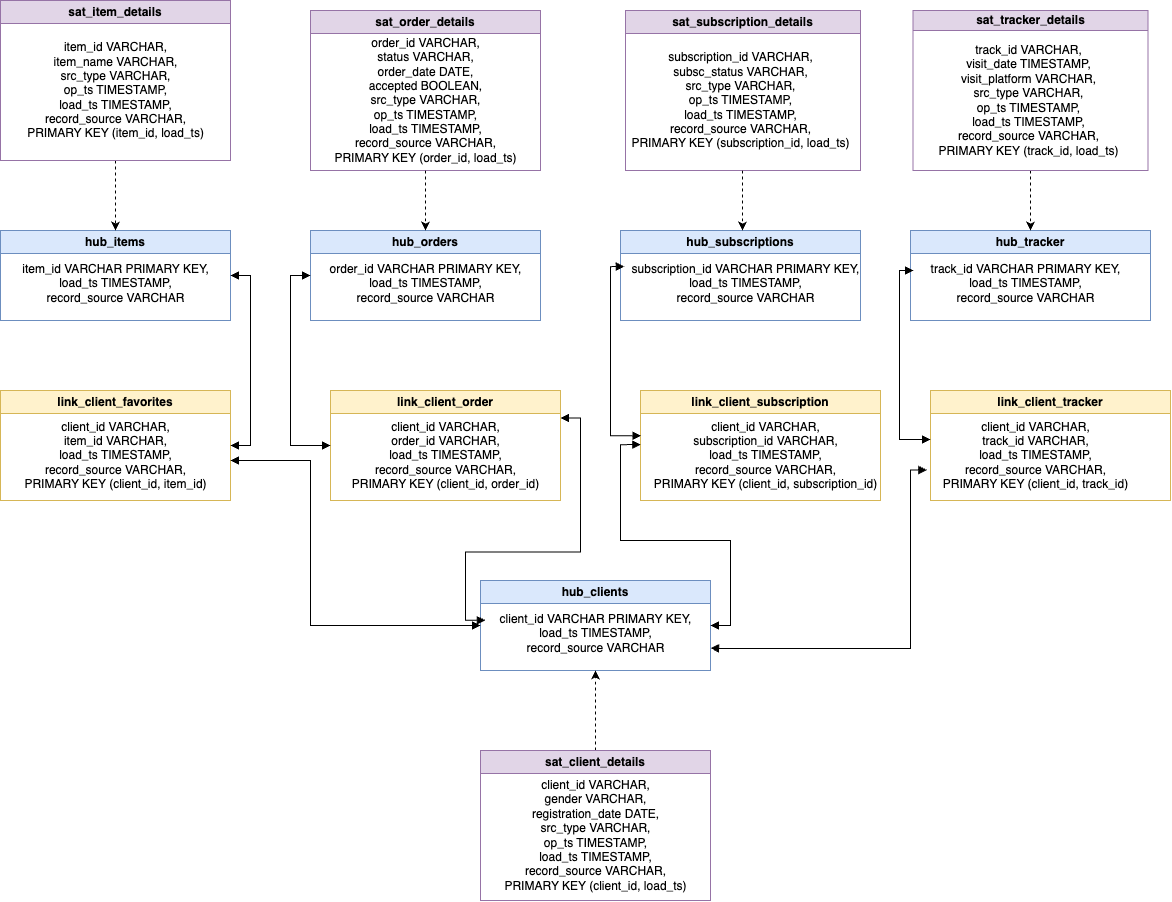
Before: dsl/data_vault.drawio.png, a diagram exported from draw.io (DariaMinina/architecture_asobd). Source tidied: cells renumbered, new cells last; positions are measured from the earlier drawing's top-left corner, leaving out a move shared by most shapes.
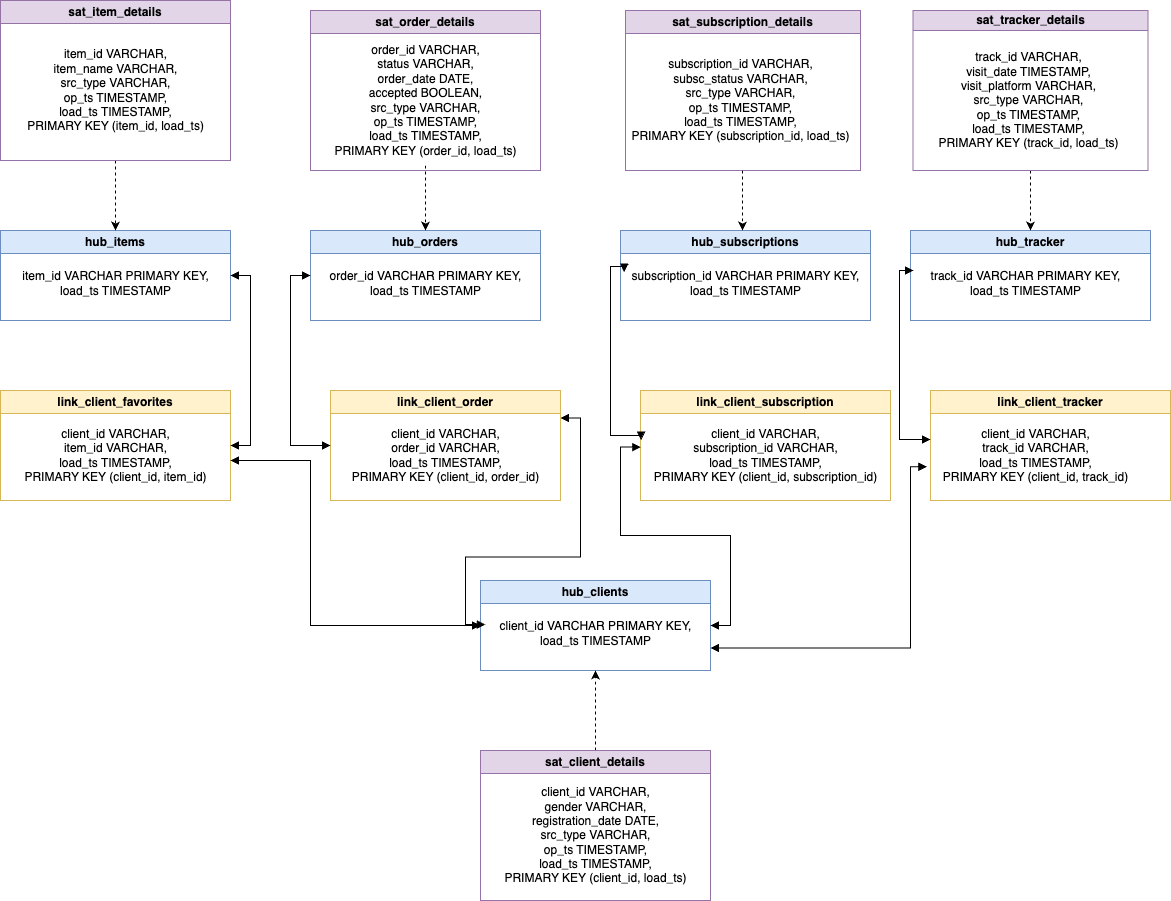
Later version of the same file.

Commit message:
feat(data_vault): deleted record_source

What changed in the source:
```diff
@@ -5,32 +5,32 @@
     <mxCell id="2" value="hub_clients" style="swimlane;whiteSpace=wrap;html=1;fillColor=#dae8fc;strokeColor=#6c8ebf;" parent="1" vertex="1">
       <mxGeometry x="480" y="580" width="230" height="90" as="geometry" />
     </mxCell>
-    <mxCell id="3" value="&lt;div&gt;client_id VARCHAR PRIMARY KEY,&lt;/div&gt;&lt;div&gt;load_ts TIMESTAMP,&lt;/div&gt;&lt;div&gt;record_source VARCHAR&lt;/div&gt;" style="text;html=1;align=center;verticalAlign=middle;points=[];strokeColor=none;fillColor=none;" parent="2" vertex="1">
-      <mxGeometry x="5" y="23" width="220" height="60" as="geometry" />
+    <mxCell id="3" value="&lt;div&gt;client_id VARCHAR PRIMARY KEY,&lt;/div&gt;&lt;div&gt;load_ts TIMESTAMP&lt;/div&gt;" style="text;html=1;align=center;verticalAlign=middle;points=[];strokeColor=none;fillColor=none;" parent="2" vertex="1">
+      <mxGeometry x="5" y="33" width="220" height="40" as="geometry" />
     </mxCell>
     <mxCell id="4" value="hub_items" style="swimlane;whiteSpace=wrap;html=1;fillColor=#dae8fc;strokeColor=#6c8ebf;" parent="1" vertex="1">
       <mxGeometry y="230" width="230" height="90" as="geometry" />
     </mxCell>
-    <mxCell id="5" value="&lt;div&gt;item_id VARCHAR PRIMARY KEY,&lt;/div&gt;&lt;div&gt;load_ts TIMESTAMP,&lt;/div&gt;&lt;div&gt;record_source VARCHAR&lt;/div&gt;" style="text;html=1;align=center;verticalAlign=middle;strokeColor=none;fillColor=none;" parent="4" vertex="1">
-      <mxGeometry x="10" y="23" width="210" height="60" as="geometry" />
+    <mxCell id="5" value="&lt;div&gt;item_id VARCHAR PRIMARY KEY,&lt;/div&gt;&lt;div&gt;load_ts TIMESTAMP&lt;/div&gt;" style="text;html=1;align=center;verticalAlign=middle;strokeColor=none;fillColor=none;" parent="4" vertex="1">
+      <mxGeometry x="10" y="33" width="210" height="40" as="geometry" />
     </mxCell>
     <mxCell id="6" value="hub_orders" style="swimlane;whiteSpace=wrap;html=1;fillColor=#dae8fc;strokeColor=#6c8ebf;" parent="1" vertex="1">
       <mxGeometry x="310" y="230" width="230" height="90" as="geometry" />
     </mxCell>
-    <mxCell id="7" value="&lt;div&gt;order_id VARCHAR PRIMARY KEY,&lt;/div&gt;&lt;div&gt;load_ts TIMESTAMP,&lt;/div&gt;&lt;div&gt;record_source VARCHAR&lt;/div&gt;" style="text;html=1;align=center;verticalAlign=middle;strokeColor=none;fillColor=none;" parent="6" vertex="1">
-      <mxGeometry x="5" y="23" width="220" height="60" as="geometry" />
+    <mxCell id="7" value="&lt;div&gt;order_id VARCHAR PRIMARY KEY,&lt;/div&gt;&lt;div&gt;load_ts TIMESTAMP&lt;/div&gt;" style="text;html=1;align=center;verticalAlign=middle;strokeColor=none;fillColor=none;" parent="6" vertex="1">
+      <mxGeometry x="5" y="33" width="220" height="40" as="geometry" />
     </mxCell>
     <mxCell id="8" value="hub_subscriptions" style="swimlane;whiteSpace=wrap;html=1;fillColor=#dae8fc;strokeColor=#6c8ebf;" parent="1" vertex="1">
-      <mxGeometry x="620" y="230" width="240" height="90" as="geometry" />
+      <mxGeometry x="620" y="230" width="250" height="90" as="geometry" />
     </mxCell>
-    <mxCell id="9" value="&lt;div&gt;subscription_id VARCHAR PRIMARY KEY,&lt;/div&gt;&lt;div&gt;load_ts TIMESTAMP,&lt;/div&gt;&lt;div&gt;record_source VARCHAR&lt;/div&gt;" style="text;html=1;align=center;verticalAlign=middle;points=[];strokeColor=none;fillColor=none;" parent="8" vertex="1">
-      <mxGeometry y="23" width="250" height="60" as="geometry" />
+    <mxCell id="9" value="&lt;div&gt;subscription_id VARCHAR PRIMARY KEY,&lt;/div&gt;&lt;div&gt;load_ts TIMESTAMP&lt;/div&gt;" style="text;html=1;align=center;verticalAlign=middle;points=[];strokeColor=none;fillColor=none;" parent="8" vertex="1">
+      <mxGeometry y="33" width="250" height="40" as="geometry" />
     </mxCell>
     <mxCell id="10" value="hub_tracker" style="swimlane;whiteSpace=wrap;html=1;fillColor=#dae8fc;strokeColor=#6c8ebf;" parent="1" vertex="1">
       <mxGeometry x="910" y="230" width="240" height="90" as="geometry" />
     </mxCell>
-    <mxCell id="11" value="&lt;div&gt;track_id VARCHAR PRIMARY KEY,&lt;/div&gt;&lt;div&gt;load_ts TIMESTAMP,&lt;/div&gt;&lt;div&gt;record_source VARCHAR&lt;/div&gt;" style="text;html=1;align=center;verticalAlign=middle;strokeColor=none;fillColor=none;" parent="10" vertex="1">
-      <mxGeometry x="10" y="23" width="210" height="60" as="geometry" />
+    <mxCell id="11" value="&lt;div&gt;track_id VARCHAR PRIMARY KEY,&lt;/div&gt;&lt;div&gt;load_ts TIMESTAMP&lt;/div&gt;" style="text;html=1;align=center;verticalAlign=middle;strokeColor=none;fillColor=none;" parent="10" vertex="1">
+      <mxGeometry x="10" y="33" width="210" height="40" as="geometry" />
     </mxCell>
     <mxCell id="12" style="edgeStyle=orthogonalEdgeStyle;rounded=0;jettySize=auto;html=1;entryX=-0.001;entryY=0.278;entryDx=0;entryDy=0;startArrow=block;startFill=1;entryPerimeter=0;exitX=1;exitY=0.25;exitDx=0;exitDy=0;endArrow=block;endFill=1;" parent="1" edge="1" source="13" target="3">
       <mxGeometry relative="1" as="geometry" />
@@ -38,17 +38,17 @@
     <mxCell id="13" value="link_client_order" style="swimlane;whiteSpace=wrap;html=1;fillColor=#fff2cc;strokeColor=#d6b656;" parent="1" vertex="1">
       <mxGeometry x="330" y="390" width="230" height="110" as="geometry" />
     </mxCell>
-    <mxCell id="14" value="&lt;div&gt;client_id VARCHAR,&lt;/div&gt;&lt;div&gt;order_id VARCHAR,&lt;/div&gt;&lt;div&gt;load_ts TIMESTAMP,&lt;/div&gt;&lt;div&gt;record_source VARCHAR,&lt;/div&gt;&lt;div&gt;PRIMARY KEY (client_id, order_id)&lt;/div&gt;" style="text;html=1;align=center;verticalAlign=middle;strokeColor=none;fillColor=none;" parent="13" vertex="1">
-      <mxGeometry x="10" y="20" width="210" height="90" as="geometry" />
+    <mxCell id="14" value="&lt;div&gt;client_id VARCHAR,&lt;/div&gt;&lt;div&gt;order_id VARCHAR,&lt;/div&gt;&lt;div&gt;load_ts TIMESTAMP,&lt;/div&gt;&lt;div&gt;&lt;span style=&quot;background-color: initial;&quot;&gt;PRIMARY KEY (client_id, order_id)&lt;/span&gt;&lt;/div&gt;" style="text;html=1;align=center;verticalAlign=middle;strokeColor=none;fillColor=none;" parent="13" vertex="1">
+      <mxGeometry x="10" y="30" width="210" height="70" as="geometry" />
     </mxCell>
     <mxCell id="15" style="edgeStyle=orthogonalEdgeStyle;rounded=0;jettySize=auto;html=1;entryX=0;entryY=0.5;entryDx=0;entryDy=0;startArrow=block;startFill=1;exitX=0;exitY=0.5;exitDx=0;exitDy=0;endArrow=block;endFill=1;" parent="1" edge="1" source="6" target="13">
       <mxGeometry relative="1" as="geometry" />
     </mxCell>
     <mxCell id="16" value="link_client_subscription" style="swimlane;whiteSpace=wrap;html=1;fillColor=#fff2cc;strokeColor=#d6b656;" parent="1" vertex="1">
-      <mxGeometry x="640" y="390" width="240" height="110" as="geometry" />
+      <mxGeometry x="640" y="390" width="250" height="110" as="geometry" />
     </mxCell>
-    <mxCell id="17" value="&lt;div&gt;client_id VARCHAR,&lt;/div&gt;&lt;div&gt;subscription_id VARCHAR,&lt;/div&gt;&lt;div&gt;load_ts TIMESTAMP,&lt;/div&gt;&lt;div&gt;record_source VARCHAR,&lt;/div&gt;&lt;div&gt;PRIMARY KEY (client_id, subscription_id)&lt;/div&gt;" style="text;html=1;align=center;verticalAlign=middle;points=[];strokeColor=none;fillColor=none;" parent="16" vertex="1">
-      <mxGeometry y="20" width="250" height="90" as="geometry" />
+    <mxCell id="17" value="&lt;div&gt;client_id VARCHAR,&lt;/div&gt;&lt;div&gt;subscription_id VARCHAR,&lt;/div&gt;&lt;div&gt;load_ts TIMESTAMP,&lt;/div&gt;&lt;div&gt;&lt;span style=&quot;background-color: initial;&quot;&gt;PRIMARY KEY (client_id, subscription_id)&lt;/span&gt;&lt;/div&gt;" style="text;html=1;align=center;verticalAlign=middle;points=[];strokeColor=none;fillColor=none;" parent="16" vertex="1">
+      <mxGeometry y="30" width="250" height="70" as="geometry" />
     </mxCell>
     <mxCell id="18" style="edgeStyle=orthogonalEdgeStyle;rounded=0;jettySize=auto;html=1;entryX=0.002;entryY=0.281;entryDx=0;entryDy=0;startArrow=block;startFill=1;entryPerimeter=0;endArrow=block;endFill=1;exitX=0.015;exitY=0.218;exitDx=0;exitDy=0;exitPerimeter=0;" parent="1" edge="1" source="9" target="17">
       <mxGeometry relative="1" as="geometry">
@@ -64,14 +64,14 @@
     <mxCell id="20" value="link_client_tracker" style="swimlane;whiteSpace=wrap;html=1;fillColor=#fff2cc;strokeColor=#d6b656;" parent="1" vertex="1">
       <mxGeometry x="930" y="390" width="240" height="110" as="geometry" />
     </mxCell>
-    <mxCell id="21" value="&lt;div&gt;client_id VARCHAR,&lt;/div&gt;&lt;div&gt;track_id VARCHAR,&lt;/div&gt;&lt;div&gt;load_ts TIMESTAMP,&lt;/div&gt;&lt;div&gt;record_source VARCHAR,&lt;/div&gt;&lt;div&gt;PRIMARY KEY (client_id, track_id)&lt;/div&gt;" style="text;html=1;align=center;verticalAlign=middle;points=[];strokeColor=none;fillColor=none;" parent="20" vertex="1">
-      <mxGeometry y="20" width="210" height="90" as="geometry" />
+    <mxCell id="21" value="&lt;div&gt;client_id VARCHAR,&lt;/div&gt;&lt;div&gt;track_id VARCHAR,&lt;/div&gt;&lt;div&gt;load_ts TIMESTAMP,&lt;/div&gt;&lt;div&gt;&lt;span style=&quot;background-color: initial;&quot;&gt;PRIMARY KEY (client_id, track_id)&lt;/span&gt;&lt;/div&gt;" style="text;html=1;align=center;verticalAlign=middle;points=[];strokeColor=none;fillColor=none;" parent="20" vertex="1">
+      <mxGeometry y="30" width="210" height="70" as="geometry" />
     </mxCell>
     <mxCell id="22" value="link_client_favorites" style="swimlane;whiteSpace=wrap;html=1;fillColor=#fff2cc;strokeColor=#d6b656;" parent="1" vertex="1">
       <mxGeometry y="390" width="230" height="110" as="geometry" />
     </mxCell>
-    <mxCell id="23" value="&lt;div&gt;client_id VARCHAR,&lt;/div&gt;&lt;div&gt;item_id VARCHAR,&lt;/div&gt;&lt;div&gt;load_ts TIMESTAMP,&lt;/div&gt;&lt;div&gt;record_source VARCHAR,&lt;/div&gt;&lt;div&gt;PRIMARY KEY (client_id, item_id)&lt;/div&gt;" style="text;html=1;align=center;verticalAlign=middle;strokeColor=none;fillColor=none;" parent="22" vertex="1">
-      <mxGeometry x="10" y="20" width="210" height="90" as="geometry" />
+    <mxCell id="23" value="&lt;div&gt;client_id VARCHAR,&lt;/div&gt;&lt;div&gt;item_id VARCHAR,&lt;/div&gt;&lt;div&gt;load_ts TIMESTAMP,&lt;/div&gt;&lt;div&gt;&lt;span style=&quot;background-color: initial;&quot;&gt;PRIMARY KEY (client_id, item_id)&lt;/span&gt;&lt;/div&gt;" style="text;html=1;align=center;verticalAlign=middle;strokeColor=none;fillColor=none;" parent="22" vertex="1">
+      <mxGeometry x="10" y="30" width="210" height="70" as="geometry" />
     </mxCell>
     <mxCell id="24" style="edgeStyle=orthogonalEdgeStyle;rounded=0;jettySize=auto;html=1;entryX=1;entryY=0.5;entryDx=0;entryDy=0;startArrow=block;startFill=1;exitX=1;exitY=0.5;exitDx=0;exitDy=0;endArrow=block;endFill=1;" parent="1" edge="1" source="4" target="22">
       <mxGeometry relative="1" as="geometry" />
@@ -110,14 +110,14 @@
     <mxCell id="29" value="sat_client_details" style="swimlane;whiteSpace=wrap;html=1;fillColor=#e1d5e7;strokeColor=#9673a6;" parent="1" vertex="1">
       <mxGeometry x="480" y="750" width="230" height="150" as="geometry" />
     </mxCell>
-    <mxCell id="30" value="&lt;div&gt;client_id VARCHAR,&lt;/div&gt;&lt;div&gt;gender VARCHAR,&lt;/div&gt;&lt;div&gt;registration_date DATE,&lt;/div&gt;&lt;div&gt;src_type VARCHAR,&lt;/div&gt;&lt;div&gt;op_ts TIMESTAMP,&lt;/div&gt;&lt;div&gt;load_ts TIMESTAMP,&lt;/div&gt;&lt;div&gt;record_source VARCHAR,&lt;/div&gt;&lt;div&gt;PRIMARY KEY (client_id, load_ts)&lt;/div&gt;" style="text;html=1;align=center;verticalAlign=middle;strokeColor=none;fillColor=none;" parent="29" vertex="1">
-      <mxGeometry x="10" y="20" width="210" height="130" as="geometry" />
+    <mxCell id="30" value="&lt;div&gt;client_id VARCHAR,&lt;/div&gt;&lt;div&gt;gender VARCHAR,&lt;/div&gt;&lt;div&gt;registration_date DATE,&lt;/div&gt;&lt;div&gt;src_type VARCHAR,&lt;/div&gt;&lt;div&gt;op_ts TIMESTAMP,&lt;/div&gt;&lt;div&gt;load_ts TIMESTAMP,&lt;/div&gt;&lt;div&gt;&lt;span style=&quot;background-color: initial;&quot;&gt;PRIMARY KEY (client_id, load_ts)&lt;/span&gt;&lt;/div&gt;" style="text;html=1;align=center;verticalAlign=middle;strokeColor=none;fillColor=none;" parent="29" vertex="1">
+      <mxGeometry x="10" y="30" width="210" height="110" as="geometry" />
     </mxCell>
     <mxCell id="31" value="sat_order_details" style="swimlane;whiteSpace=wrap;html=1;fillColor=#e1d5e7;strokeColor=#9673a6;" parent="1" vertex="1">
       <mxGeometry x="310" y="10" width="230" height="160" as="geometry" />
     </mxCell>
-    <mxCell id="32" value="&lt;div&gt;order_id VARCHAR,&lt;/div&gt;&lt;div&gt;status VARCHAR,&lt;/div&gt;&lt;div&gt;order_date DATE,&lt;/div&gt;&lt;div&gt;accepted BOOLEAN,&lt;/div&gt;&lt;div&gt;src_type VARCHAR,&lt;/div&gt;&lt;div&gt;op_ts TIMESTAMP,&lt;/div&gt;&lt;div&gt;load_ts TIMESTAMP,&lt;/div&gt;&lt;div&gt;record_source VARCHAR,&lt;/div&gt;&lt;div&gt;PRIMARY KEY (order_id, load_ts)&lt;/div&gt;" style="text;html=1;align=center;verticalAlign=middle;points=[];strokeColor=none;fillColor=none;" parent="31" vertex="1">
-      <mxGeometry x="10" y="20" width="210" height="140" as="geometry" />
+    <mxCell id="32" value="&lt;div&gt;order_id VARCHAR,&lt;/div&gt;&lt;div&gt;status VARCHAR,&lt;/div&gt;&lt;div&gt;order_date DATE,&lt;/div&gt;&lt;div&gt;accepted BOOLEAN,&lt;/div&gt;&lt;div&gt;src_type VARCHAR,&lt;/div&gt;&lt;div&gt;op_ts TIMESTAMP,&lt;/div&gt;&lt;div&gt;load_ts TIMESTAMP,&lt;/div&gt;&lt;div&gt;&lt;span style=&quot;background-color: initial;&quot;&gt;PRIMARY KEY (order_id, load_ts)&lt;/span&gt;&lt;/div&gt;" style="text;html=1;align=center;verticalAlign=middle;points=[];strokeColor=none;fillColor=none;" parent="31" vertex="1">
+      <mxGeometry x="10" y="25" width="210" height="130" as="geometry" />
     </mxCell>
     <mxCell id="33" style="edgeStyle=orthogonalEdgeStyle;rounded=0;jettySize=auto;html=1;entryX=0.5;entryY=0;entryDx=0;entryDy=0;dashed=1;" parent="1" edge="1" source="32" target="6">
       <mxGeometry relative="1" as="geometry" />
@@ -125,8 +125,8 @@
     <mxCell id="34" value="sat_subscription_details" style="swimlane;whiteSpace=wrap;html=1;fillColor=#e1d5e7;strokeColor=#9673a6;" parent="1" vertex="1">
       <mxGeometry x="625" y="10" width="235" height="160" as="geometry" />
     </mxCell>
-    <mxCell id="35" value="&lt;div&gt;subscription_id VARCHAR,&lt;/div&gt;&lt;div&gt;subsc_status VARCHAR,&lt;/div&gt;&lt;div&gt;src_type VARCHAR,&lt;/div&gt;&lt;div&gt;op_ts TIMESTAMP,&lt;/div&gt;&lt;div&gt;load_ts TIMESTAMP,&lt;/div&gt;&lt;div&gt;record_source VARCHAR,&lt;/div&gt;&lt;div&gt;PRIMARY KEY (subscription_id, load_ts)&lt;/div&gt;" style="text;html=1;align=center;verticalAlign=middle;strokeColor=none;fillColor=none;" parent="34" vertex="1">
-      <mxGeometry x="-5" y="35" width="240" height="110" as="geometry" />
+    <mxCell id="35" value="&lt;div&gt;subscription_id VARCHAR,&lt;/div&gt;&lt;div&gt;subsc_status VARCHAR,&lt;/div&gt;&lt;div&gt;src_type VARCHAR,&lt;/div&gt;&lt;div&gt;op_ts TIMESTAMP,&lt;/div&gt;&lt;div&gt;load_ts TIMESTAMP,&lt;/div&gt;&lt;div&gt;&lt;span style=&quot;background-color: initial;&quot;&gt;PRIMARY KEY (subscription_id, load_ts)&lt;/span&gt;&lt;/div&gt;" style="text;html=1;align=center;verticalAlign=middle;strokeColor=none;fillColor=none;" parent="34" vertex="1">
+      <mxGeometry x="-5" y="40" width="240" height="100" as="geometry" />
     </mxCell>
     <mxCell id="36" style="edgeStyle=orthogonalEdgeStyle;rounded=0;jettySize=auto;html=1;dashed=1;" parent="1" edge="1" source="37" target="4">
       <mxGeometry relative="1" as="geometry" />
@@ -134,8 +134,8 @@
     <mxCell id="37" value="sat_item_details" style="swimlane;whiteSpace=wrap;html=1;fillColor=#e1d5e7;strokeColor=#9673a6;" parent="1" vertex="1">
       <mxGeometry width="230" height="160" as="geometry" />
     </mxCell>
-    <mxCell id="38" value="&lt;div&gt;item_id VARCHAR,&lt;/div&gt;&lt;div&gt;item_name VARCHAR,&lt;/div&gt;&lt;div&gt;src_type VARCHAR,&lt;/div&gt;&lt;div&gt;op_ts TIMESTAMP,&lt;/div&gt;&lt;div&gt;load_ts TIMESTAMP,&lt;/div&gt;&lt;div&gt;record_source VARCHAR,&lt;/div&gt;&lt;div&gt;PRIMARY KEY (item_id, load_ts)&lt;/div&gt;" style="text;html=1;align=center;verticalAlign=middle;strokeColor=none;fillColor=none;" parent="37" vertex="1">
-      <mxGeometry x="15" y="35" width="200" height="110" as="geometry" />
+    <mxCell id="38" value="&lt;div&gt;item_id VARCHAR,&lt;/div&gt;&lt;div&gt;item_name VARCHAR,&lt;/div&gt;&lt;div&gt;src_type VARCHAR,&lt;/div&gt;&lt;div&gt;op_ts TIMESTAMP,&lt;/div&gt;&lt;div&gt;load_ts TIMESTAMP,&lt;/div&gt;&lt;div&gt;&lt;span style=&quot;background-color: initial;&quot;&gt;PRIMARY KEY (item_id, load_ts)&lt;/span&gt;&lt;/div&gt;" style="text;html=1;align=center;verticalAlign=middle;strokeColor=none;fillColor=none;" parent="37" vertex="1">
+      <mxGeometry x="15" y="40" width="200" height="100" as="geometry" />
     </mxCell>
     <mxCell id="39" style="edgeStyle=orthogonalEdgeStyle;rounded=0;jettySize=auto;html=1;dashed=1;" parent="1" edge="1" source="34">
       <mxGeometry relative="1" as="geometry">
@@ -148,8 +148,8 @@
     <mxCell id="41" value="sat_tracker_details" style="swimlane;whiteSpace=wrap;html=1;startSize=20;fillColor=#e1d5e7;strokeColor=#9673a6;" parent="1" vertex="1">
       <mxGeometry x="912.5" y="10" width="235" height="160" as="geometry" />
     </mxCell>
-    <mxCell id="42" value="&lt;div&gt;track_id VARCHAR,&lt;/div&gt;&lt;div&gt;visit_date TIMESTAMP,&lt;/div&gt;&lt;div&gt;visit_platform VARCHAR,&lt;/div&gt;&lt;div&gt;src_type VARCHAR,&lt;/div&gt;&lt;div&gt;op_ts TIMESTAMP,&lt;/div&gt;&lt;div&gt;load_ts TIMESTAMP,&lt;/div&gt;&lt;div&gt;record_source VARCHAR,&lt;/div&gt;&lt;div&gt;PRIMARY KEY (track_id, load_ts)&lt;/div&gt;" style="text;html=1;align=center;verticalAlign=middle;strokeColor=none;fillColor=none;" parent="41" vertex="1">
-      <mxGeometry x="15" y="25" width="200" height="130" as="geometry" />
+    <mxCell id="42" value="&lt;div&gt;track_id VARCHAR,&lt;/div&gt;&lt;div&gt;visit_date TIMESTAMP,&lt;/div&gt;&lt;div&gt;visit_platform VARCHAR,&lt;/div&gt;&lt;div&gt;src_type VARCHAR,&lt;/div&gt;&lt;div&gt;op_ts TIMESTAMP,&lt;/div&gt;&lt;div&gt;load_ts TIMESTAMP,&lt;/div&gt;&lt;div&gt;&lt;span style=&quot;background-color: initial;&quot;&gt;PRIMARY KEY (track_id, load_ts)&lt;/span&gt;&lt;/div&gt;" style="text;html=1;align=center;verticalAlign=middle;strokeColor=none;fillColor=none;" parent="41" vertex="1">
+      <mxGeometry x="15" y="35" width="200" height="110" as="geometry" />
     </mxCell>
   </root>
 </mxGraphModel>
```
